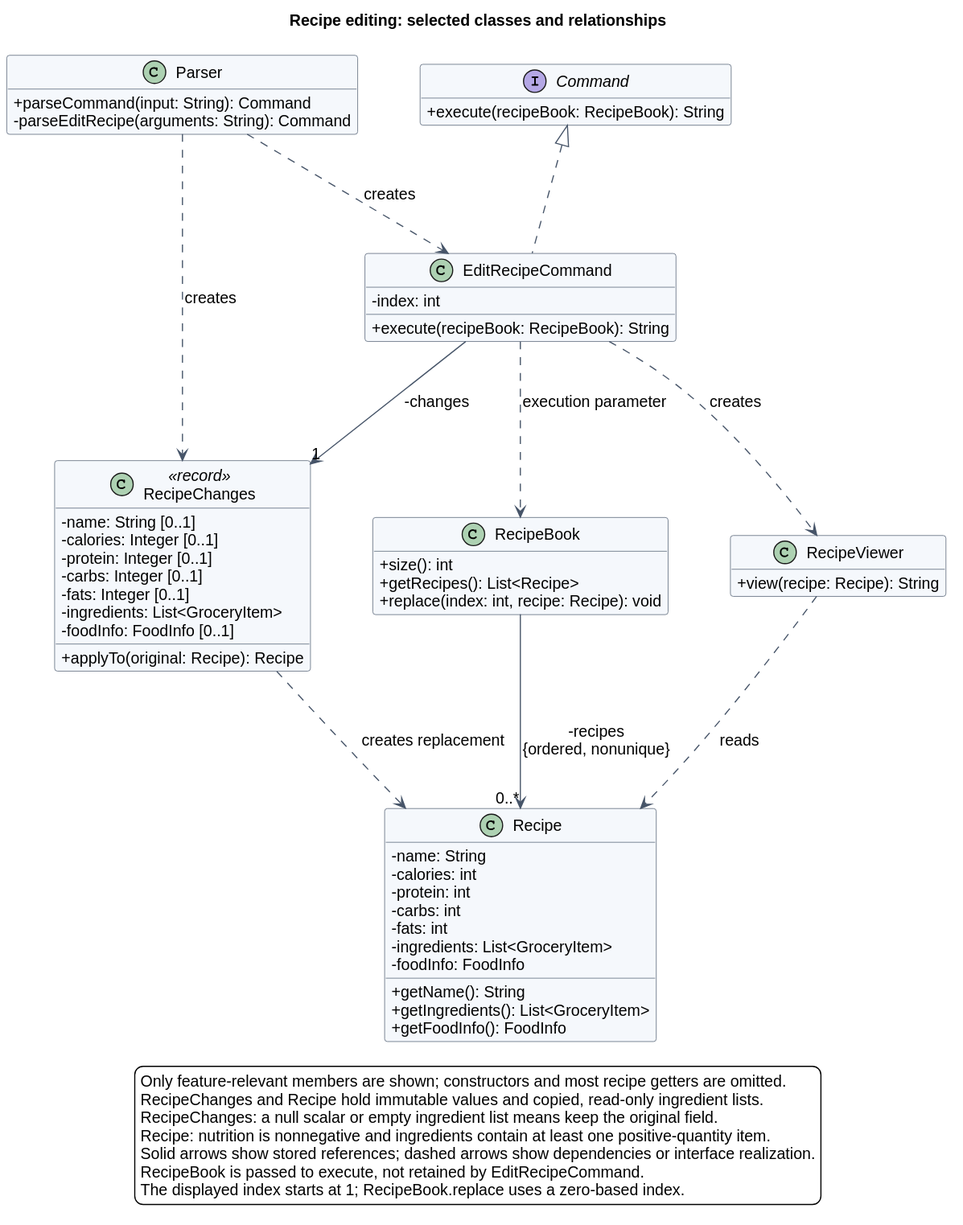
AY2627S1-CS2113-W13-4/tp keeps this PlantUML diagram as docs/images/edit-recipe/classes.svg. Above is the earlier version. Source of this version:
```plantuml
@startuml
!pragma layout smetana
!include ../shortfall/style.iuml

title Recipe editing: selected classes and relationships
top to bottom direction
skinparam nodesep 55
skinparam ranksep 85
hide empty members

class Parser {
  + parseCommand(input: String): Command
  - parseEditRecipe(arguments: String): Command
}
interface Command {
  + execute(recipeBook: RecipeBook): String
}
class EditRecipeCommand {
  - index: int
  + execute(recipeBook: RecipeBook): String
}
class RecipeChanges <<record>> {
  - name: String [0..1]
  - calories: Integer [0..1]
  - protein: Integer [0..1]
  - carbs: Integer [0..1]
  - fats: Integer [0..1]
  - ingredients: List<GroceryItem>
  - foodInfo: FoodInfo [0..1]
  + applyTo(original: Recipe): Recipe
}
class RecipeBook {
  + size(): int
  + getRecipes(): List<Recipe>
  + replace(index: int, recipe: Recipe): void
}
class Recipe {
  - name: String
  - calories: int
  - protein: int
  - carbs: int
  - fats: int
  - ingredients: List<GroceryItem>
  - foodInfo: FoodInfo
  + getName(): String
  + getIngredients(): List<GroceryItem>
  + getFoodInfo(): FoodInfo
}
class RecipeViewer {
  + view(recipe: Recipe): String
}

Parser ..> EditRecipeCommand : creates
Parser ..> RecipeChanges : creates
EditRecipeCommand .up.|> Command
EditRecipeCommand --> "1" RecipeChanges : -changes
EditRecipeCommand ..> RecipeBook : execution parameter
EditRecipeCommand ..> RecipeViewer : creates
RecipeChanges ..> Recipe : creates replacement
RecipeBook --> "0..*" Recipe : -recipes\n{ordered, nonunique}
RecipeViewer ..> Recipe : reads
Parser -[hidden]right-> Command

legend bottom
  Only feature-relevant members are shown; constructors and most recipe getters are omitted.
  RecipeChanges and Recipe hold immutable values and copied, read-only ingredient lists.
  RecipeChanges: a null scalar or empty ingredient list means keep the original field.
  Recipe: nutrition is nonnegative and ingredients contain at least one positive-quantity item.
  Solid arrows show stored references; dashed arrows show dependencies or interface realization.
  RecipeBook is passed to execute, not retained by EditRecipeCommand.
  The displayed index starts at 1; RecipeBook.replace uses a zero-based index.
endlegend
@enduml
```
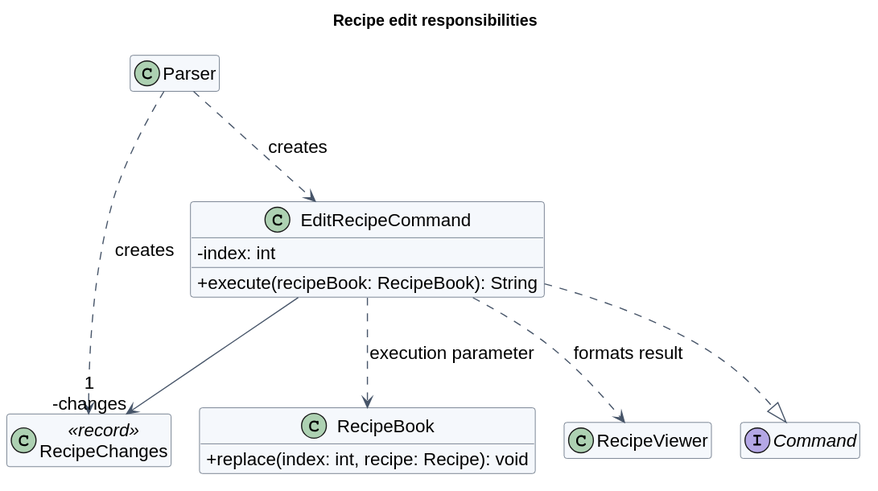
After the change.

Diff of the diagram source:
```diff
@@ -1,73 +1,26 @@
 @startuml
 !pragma layout smetana
-!include ../shortfall/style.iuml
-
-title Recipe editing: selected classes and relationships
+!include ../shortfall/readable.iuml
+title Recipe edit responsibilities
 top to bottom direction
-skinparam nodesep 55
-skinparam ranksep 85
+skinparam ranksep 75
+skinparam nodesep 25
 hide empty members
-
-class Parser {
-  + parseCommand(input: String): Command
-  - parseEditRecipe(arguments: String): Command
+class Parser
+interface Command
+class EditRecipeCommand {
+ - index: int
+ + execute(recipeBook: RecipeBook): String
 }
-interface Command {
-  + execute(recipeBook: RecipeBook): String
+class RecipeChanges <<record>>
+class RecipeBook {
+ + replace(index: int, recipe: Recipe): void
 }
-class EditRecipeCommand {
-  - index: int
-  + execute(recipeBook: RecipeBook): String
-}
-class RecipeChanges <<record>> {
-  - name: String [0..1]
-  - calories: Integer [0..1]
-  - protein: Integer [0..1]
-  - carbs: Integer [0..1]
-  - fats: Integer [0..1]
-  - ingredients: List<GroceryItem>
-  - foodInfo: FoodInfo [0..1]
-  + applyTo(original: Recipe): Recipe
-}
-class RecipeBook {
-  + size(): int
-  + getRecipes(): List<Recipe>
-  + replace(index: int, recipe: Recipe): void
-}
-class Recipe {
-  - name: String
-  - calories: int
-  - protein: int
-  - carbs: int
-  - fats: int
-  - ingredients: List<GroceryItem>
-  - foodInfo: FoodInfo
-  + getName(): String
-  + getIngredients(): List<GroceryItem>
-  + getFoodInfo(): FoodInfo
-}
-class RecipeViewer {
-  + view(recipe: Recipe): String
-}
-
+class RecipeViewer
 Parser ..> EditRecipeCommand : creates
 Parser ..> RecipeChanges : creates
-EditRecipeCommand .up.|> Command
-EditRecipeCommand --> "1" RecipeChanges : -changes
+EditRecipeCommand ..|> Command
+EditRecipeCommand --> "1\n-changes" RecipeChanges
 EditRecipeCommand ..> RecipeBook : execution parameter
-EditRecipeCommand ..> RecipeViewer : creates
-RecipeChanges ..> Recipe : creates replacement
-RecipeBook --> "0..*" Recipe : -recipes\n{ordered, nonunique}
-RecipeViewer ..> Recipe : reads
-Parser -[hidden]right-> Command
-
-legend bottom
-  Only feature-relevant members are shown; constructors and most recipe getters are omitted.
-  RecipeChanges and Recipe hold immutable values and copied, read-only ingredient lists.
-  RecipeChanges: a null scalar or empty ingredient list means keep the original field.
-  Recipe: nutrition is nonnegative and ingredients contain at least one positive-quantity item.
-  Solid arrows show stored references; dashed arrows show dependencies or interface realization.
-  RecipeBook is passed to execute, not retained by EditRecipeCommand.
-  The displayed index starts at 1; RecipeBook.replace uses a zero-based index.
-endlegend
+EditRecipeCommand ..> RecipeViewer : formats result
 @enduml
```
